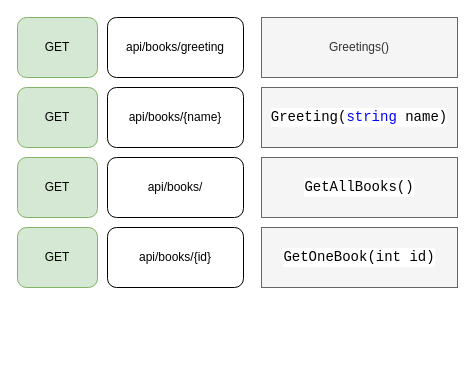
The draw.io diagram page "Sayfa -4" (4 of 4) of drawings.drawio in zcomert/sgk-mvc-egitim, before the edit. Source tidied: cells renumbered, new cells numbered last; positions are measured from the earlier drawing's top-left corner, leaving out a move shared by most shapes. Both pictures are drawn from the tidied source at 100%, with x=0, y=0 at pixel (17, 17).
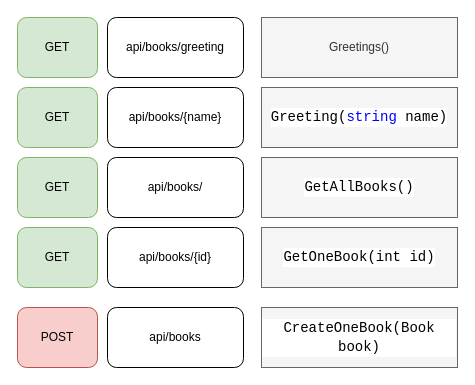
The same page after the edit.

Commit message (it also covers changes not shown here):
Post verb has been defined.

The edit, as a diff of the source:
```diff
@@
 <mxGraphModel>
   <root>
     <mxCell id="0" />
     <mxCell id="1" parent="0" />
     <mxCell id="2" value="api/books/greeting" style="rounded=1;whiteSpace=wrap;html=1;" parent="1" vertex="1">
       <mxGeometry x="90" width="136" height="60" as="geometry" />
     </mxCell>
     <mxCell id="3" value="GET" style="rounded=1;whiteSpace=wrap;html=1;fillColor=#d5e8d4;strokeColor=#82b366;" parent="1" vertex="1">
       <mxGeometry width="80" height="60" as="geometry" />
     </mxCell>
     <mxCell id="4" value="Greetings()" style="text;html=1;strokeColor=#666666;fillColor=#f5f5f5;align=center;verticalAlign=middle;whiteSpace=wrap;rounded=0;fontColor=#333333;" parent="1" vertex="1">
       <mxGeometry x="244" width="196" height="60" as="geometry" />
     </mxCell>
     <mxCell id="5" value="GET" style="rounded=1;whiteSpace=wrap;html=1;fillColor=#d5e8d4;strokeColor=#82b366;" parent="1" vertex="1">
       <mxGeometry y="70" width="80" height="60" as="geometry" />
     </mxCell>
     <mxCell id="6" value="api/books/{name}" style="rounded=1;whiteSpace=wrap;html=1;" parent="1" vertex="1">
       <mxGeometry x="90" y="70" width="136" height="60" as="geometry" />
     </mxCell>
     <mxCell id="7" value="&lt;div style=&quot;color: rgb(0 , 0 , 0) ; background-color: rgb(255 , 255 , 255) ; font-family: &amp;#34;consolas&amp;#34; , &amp;#34;courier new&amp;#34; , monospace ; font-size: 14px ; line-height: 19px&quot;&gt;Greeting(&lt;span style=&quot;color: #0000ff&quot;&gt;string&lt;/span&gt; name)&lt;/div&gt;" style="text;html=1;strokeColor=#666666;fillColor=#f5f5f5;align=center;verticalAlign=middle;whiteSpace=wrap;rounded=0;fontColor=#333333;" parent="1" vertex="1">
       <mxGeometry x="244" y="70" width="196" height="60" as="geometry" />
     </mxCell>
     <mxCell id="8" value="GET" style="rounded=1;whiteSpace=wrap;html=1;fillColor=#d5e8d4;strokeColor=#82b366;" parent="1" vertex="1">
       <mxGeometry y="140" width="80" height="60" as="geometry" />
     </mxCell>
     <mxCell id="9" value="api/books/" style="rounded=1;whiteSpace=wrap;html=1;" parent="1" vertex="1">
       <mxGeometry x="90" y="140" width="136" height="60" as="geometry" />
     </mxCell>
     <mxCell id="10" value="&lt;div style=&quot;color: rgb(0 , 0 , 0) ; background-color: rgb(255 , 255 , 255) ; font-family: &amp;#34;consolas&amp;#34; , &amp;#34;courier new&amp;#34; , monospace ; font-size: 14px ; line-height: 19px&quot;&gt;GetAllBooks()&lt;/div&gt;" style="text;html=1;strokeColor=#666666;fillColor=#f5f5f5;align=center;verticalAlign=middle;whiteSpace=wrap;rounded=0;fontColor=#333333;" parent="1" vertex="1">
       <mxGeometry x="244" y="140" width="196" height="60" as="geometry" />
     </mxCell>
     <mxCell id="11" value="GET" style="rounded=1;whiteSpace=wrap;html=1;fillColor=#d5e8d4;strokeColor=#82b366;" parent="1" vertex="1">
       <mxGeometry y="210" width="80" height="60" as="geometry" />
     </mxCell>
     <mxCell id="12" value="&lt;div style=&quot;color: rgb(0 , 0 , 0) ; background-color: rgb(255 , 255 , 255) ; font-family: &amp;#34;consolas&amp;#34; , &amp;#34;courier new&amp;#34; , monospace ; font-size: 14px ; line-height: 19px&quot;&gt;GetOneBook(int id)&lt;/div&gt;" style="text;html=1;strokeColor=#666666;fillColor=#f5f5f5;align=center;verticalAlign=middle;whiteSpace=wrap;rounded=0;fontColor=#333333;" parent="1" vertex="1">
       <mxGeometry x="244" y="210" width="196" height="60" as="geometry" />
     </mxCell>
     <mxCell id="13" value="api/books/{id}" style="rounded=1;whiteSpace=wrap;html=1;" parent="1" vertex="1">
       <mxGeometry x="90" y="210" width="136" height="60" as="geometry" />
     </mxCell>
+    <mxCell id="14" value="POST" style="rounded=1;whiteSpace=wrap;html=1;fillColor=#f8cecc;strokeColor=#b85450;" parent="1" vertex="1">
+      <mxGeometry y="290" width="80" height="60" as="geometry" />
+    </mxCell>
+    <mxCell id="15" value="api/books" style="rounded=1;whiteSpace=wrap;html=1;" parent="1" vertex="1">
+      <mxGeometry x="90" y="290" width="136" height="60" as="geometry" />
+    </mxCell>
+    <mxCell id="16" value="&lt;div style=&quot;color: rgb(0 , 0 , 0) ; background-color: rgb(255 , 255 , 255) ; font-family: &amp;#34;consolas&amp;#34; , &amp;#34;courier new&amp;#34; , monospace ; font-size: 14px ; line-height: 19px&quot;&gt;CreateOneBook(Book book)&lt;/div&gt;" style="text;html=1;strokeColor=#666666;fillColor=#f5f5f5;align=center;verticalAlign=middle;whiteSpace=wrap;rounded=0;fontColor=#333333;" parent="1" vertex="1">
+      <mxGeometry x="244" y="290" width="196" height="60" as="geometry" />
+    </mxCell>
   </root>
 </mxGraphModel>
```
